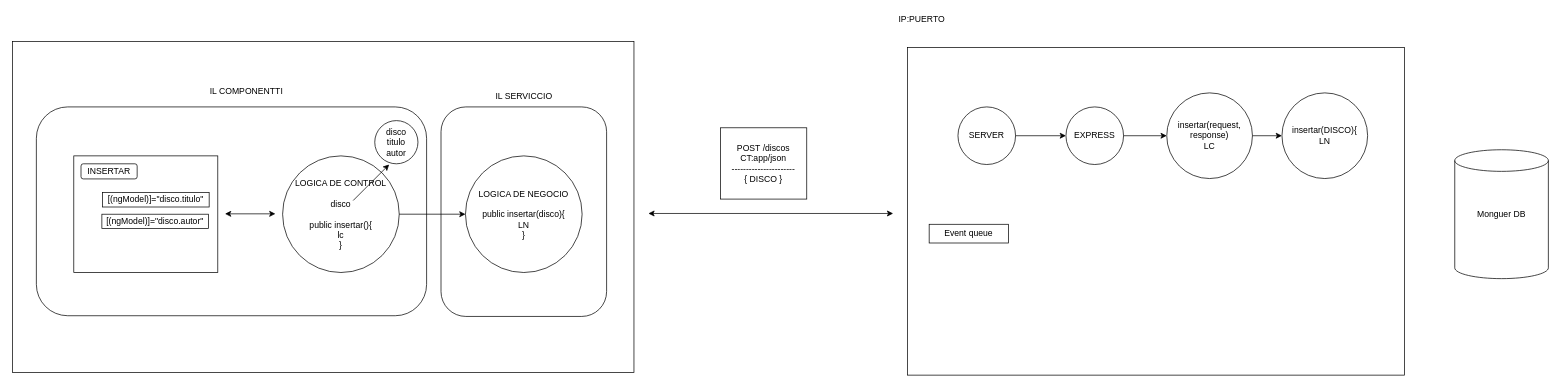
The draw.io diagram page "Page-34" (34 of 34) of diagramas.drawio in almoril00/MEAN, before the edit. Source tidied: cells renumbered, new cells numbered last; positions are measured from the earlier drawing's top-left corner, leaving out a move shared by most shapes. Both pictures are drawn from the tidied source at 72%, with x=0, y=0 at pixel (12, 12).
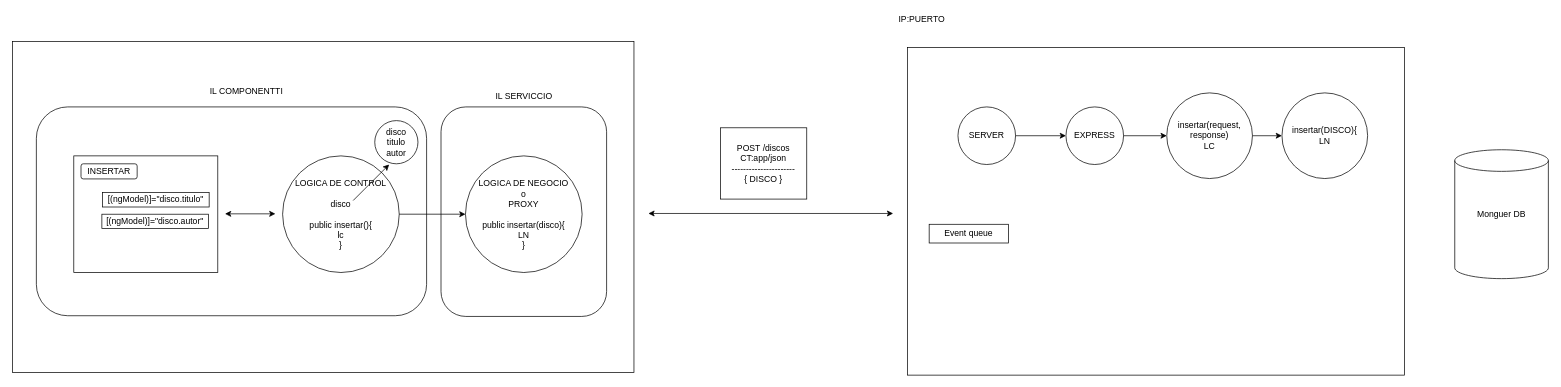
After the change.

Commit message:
Los servicios de angular son para que los componentes hagan pis

What changed in the source:
```diff
@@
-    <mxCell id="9" value="LOGICA DE NEGOCIO&lt;br&gt;&lt;br&gt;public insertar(disco){&lt;br&gt;LN&lt;br&gt;}" style="ellipse;whiteSpace=wrap;html=1;fillColor=none;" parent="1" vertex="1">
+    <mxCell id="9" value="LOGICA DE NEGOCIO&lt;br&gt;o&lt;br&gt;PROXY&lt;br&gt;&lt;br&gt;public insertar(disco){&lt;br&gt;LN&lt;br&gt;}" style="ellipse;whiteSpace=wrap;html=1;fillColor=none;" parent="1" vertex="1">
       <mxGeometry x="629" y="199" width="162" height="162" as="geometry" />
     </mxCell>
```
